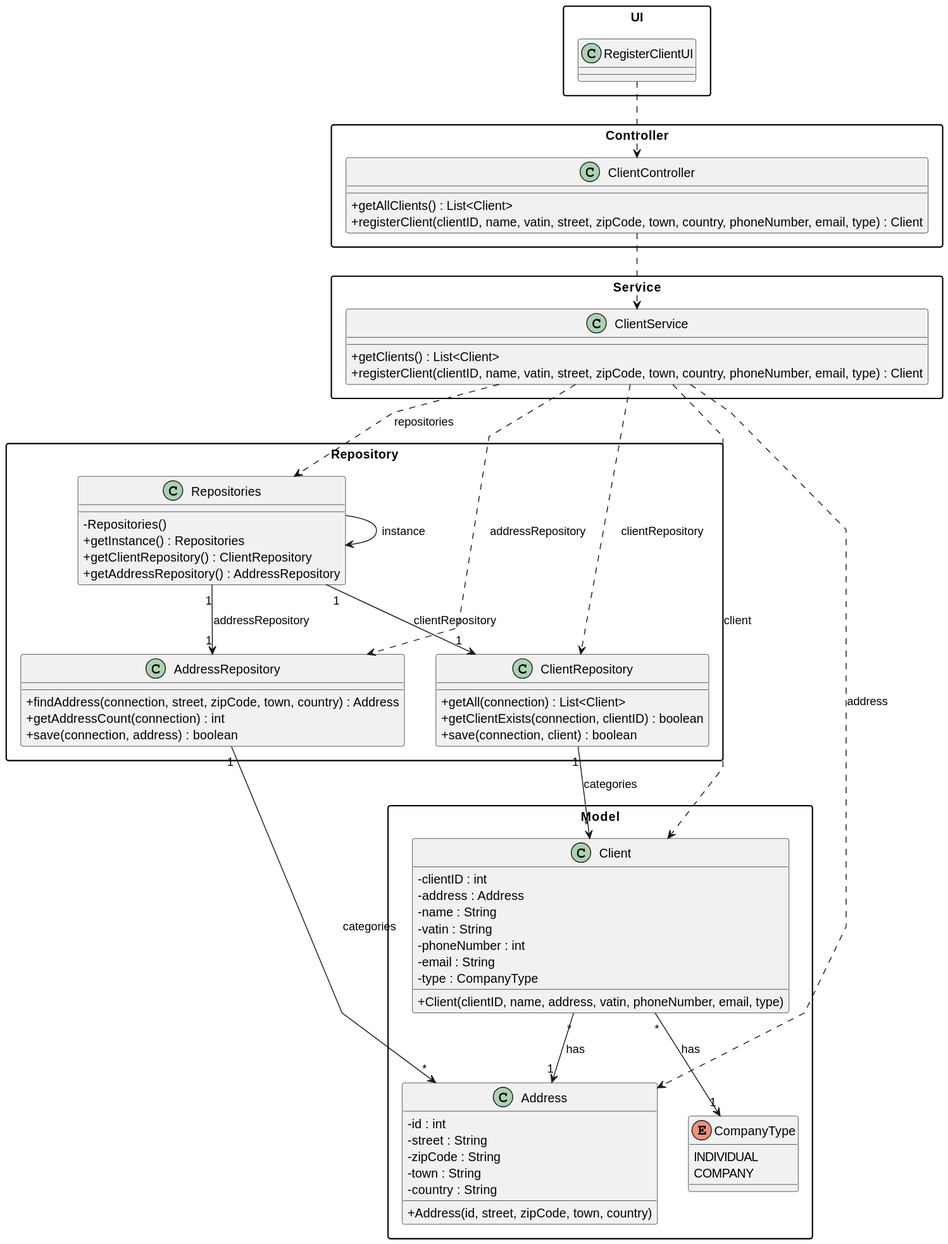
Above: documentation/user-stories/us001/03.design/svg/us001-class-diagram.svg in daniel41silva05/Production_Control_Industrial_ISEP (PlantUML), before the change. The source it was exported from:
```plantuml
@startuml
skinparam packageStyle rectangle
skinparam shadowing false
skinparam linetype polyline
skinparam classAttributeIconSize 0

package "UI" {
    class RegisterClientUI {
    }
}

package "Controller" {
    class ClientController {
        +getAllClients() : List<Client>
        +registerClient(clientID, name, vatin, street, zipCode, town, country, phoneNumber, email, type) : Client
    }
}

package "Service" {
    class ClientService {
        +getClients() : List<Client>
        +registerClient(clientID, name, vatin, street, zipCode, town, country, phoneNumber, email, type) : Client
    }
}

package "Repository" {
    class Repositories {
        -Repositories()
        +getInstance() : Repositories
        +getClientRepository() : ClientRepository
        +getAddressRepository() : AddressRepository
    }

    class ClientRepository {
        +getAll(connection) : List<Client>
        +getClientExists(connection, clientID) : boolean
        +save(connection, client) : boolean
    }

    class AddressRepository {
        +findAddress(connection, street, zipCode, town, country) : Address
        +getAddressCount(connection) : int
        +save(connection, address) : boolean
    }
}

package "Model" {
    class Client {
        -clientID : int
        -address : Address
        -name : String
        -vatin : String
        -phoneNumber : int
        -email : String
        -type : CompanyType
        +Client(clientID, name, address, vatin, phoneNumber, email, type)
    }

    class Address {
        -id : int
        -street : String
        -zipCode : String
        -town : String
        -country : String
        +Address(id, street, zipCode, town, country)
    }

    enum CompanyType {
        INDIVIDUAL
        COMPANY
    }
}

RegisterClientUI ..> ClientController
ClientController ..> ClientService
ClientService ..> Repositories : repositories
ClientService ..> ClientRepository : clientRepository
ClientService ..> AddressRepository : addressRepository
ClientService ..> Client : client
ClientService ..> Address : address
Repositories --> Repositories : instance
Repositories "1" --> "1" ClientRepository : clientRepository
Repositories "1" --> "1" AddressRepository : addressRepository
ClientRepository "1" --> "*" Client : categories
AddressRepository "1" --> "*" Address : categories
Client "*" --> "1" Address : has
Client "*" --> "1" CompanyType : has
@enduml
```
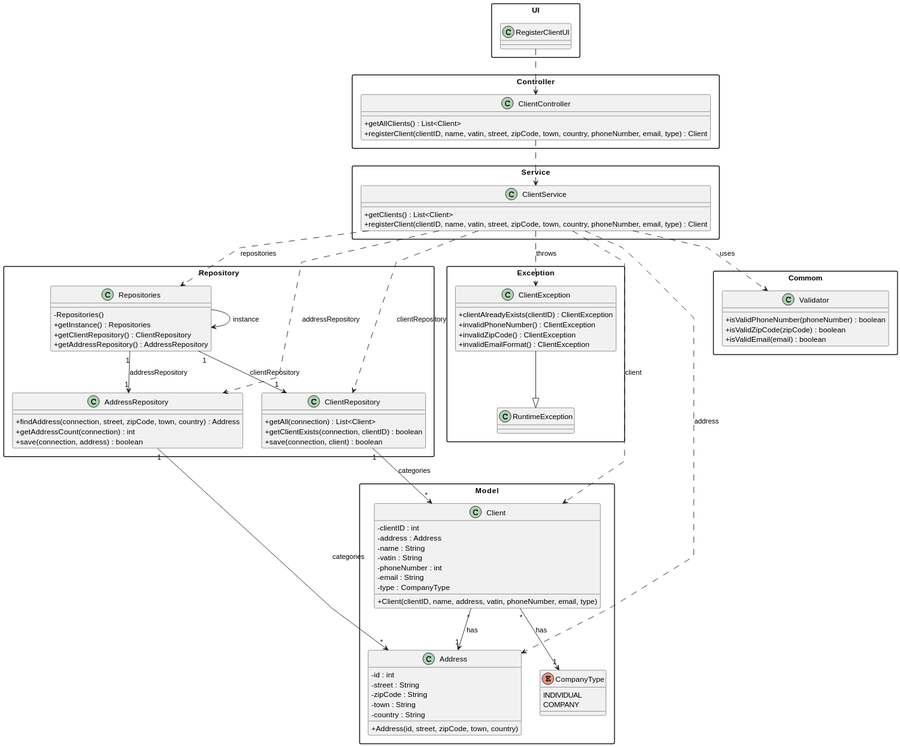
The same file after the commit.

What changed in the source:
```diff
@@ -71,6 +71,26 @@
     }
 }
 
+package "Exception" {
+    class ClientException {
+        +clientAlreadyExists(clientID) : ClientException
+        +invalidPhoneNumber() : ClientException
+        +invalidZipCode() : ClientException
+        +invalidEmailFormat() : ClientException
+    }
+
+    class RuntimeException
+}
+
+package "Commom" {
+    class Validator {
+        +isValidPhoneNumber(phoneNumber) : boolean
+        +isValidZipCode(zipCode) : boolean
+        +isValidEmail(email) : boolean
+    }
+}
+
+
 RegisterClientUI ..> ClientController
 ClientController ..> ClientService
 ClientService ..> Repositories : repositories
@@ -85,4 +105,7 @@
 AddressRepository "1" --> "*" Address : categories
 Client "*" --> "1" Address : has
 Client "*" --> "1" CompanyType : has
+ClientService ..> ClientException : throws
+ClientException --|> RuntimeException
+ClientService ..> Validator : uses
 @enduml
```
